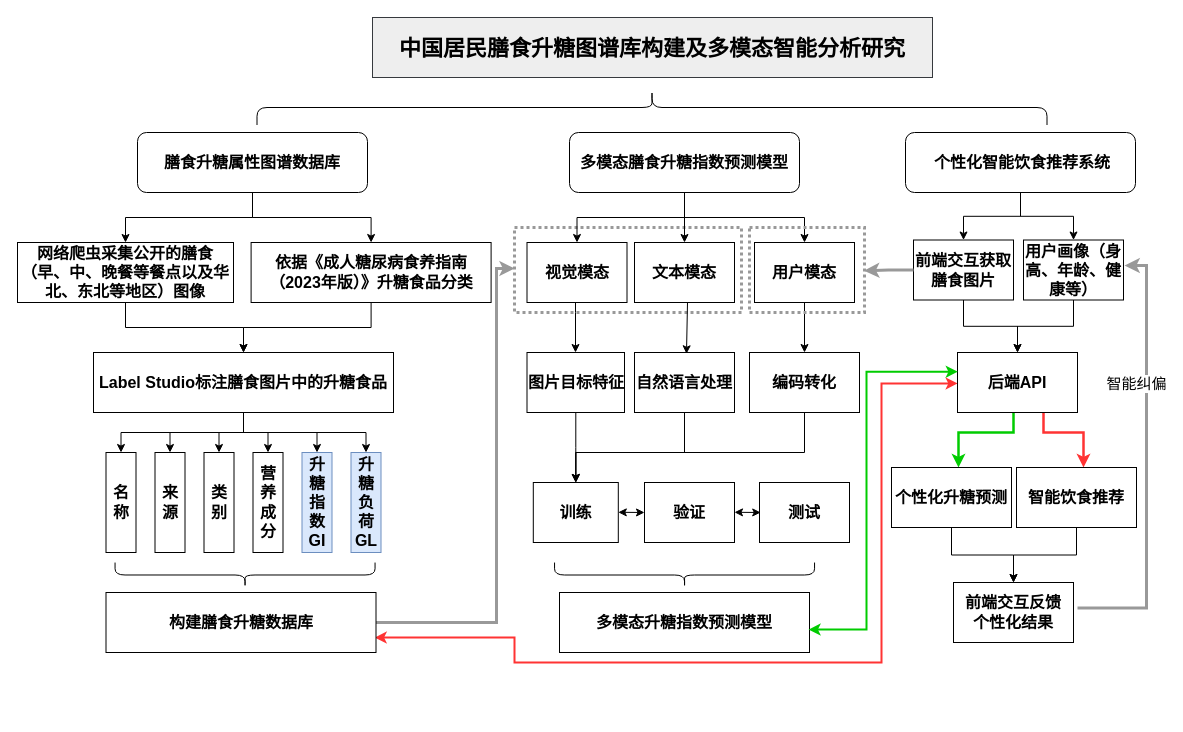
Before: 博创.drawio in zheng-oh/dragrams, a draw.io diagram. Source tidied: cells renumbered, new cells numbered last; positions are measured from the earlier drawing's top-left corner, leaving out a move shared by most shapes. Both pictures are drawn from the tidied source at 100%, with x=0, y=0 at pixel (17, -288).
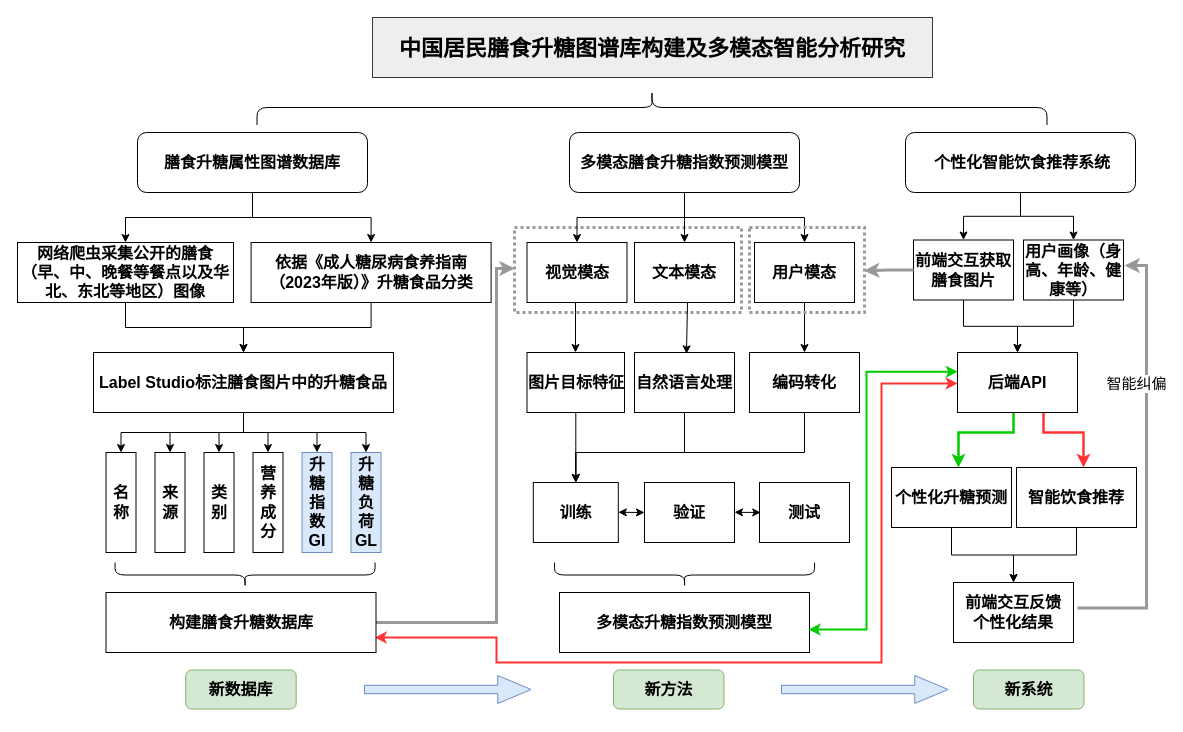
After the change.

The change refers to these unchanged cells:
```xml
<mxCell id="28" value="&lt;div style=&quot;text-align: start;&quot;&gt;&lt;font face=&quot;宋体&quot;&gt;&lt;span style=&quot;font-size: 16px;&quot;&gt;&lt;b&gt;构建膳食升糖数据库&lt;/b&gt;&lt;/span&gt;&lt;/font&gt;&lt;/div&gt;" style="rounded=0;whiteSpace=wrap;html=1;" parent="1" vertex="1">
  <mxGeometry x="88.5" y="880" width="270" height="60" as="geometry" />
</mxCell>
<mxCell id="61" value="&lt;p style=&quot;margin: 0pt 0pt 0.0001pt; vertical-align: baseline; font-size: 16px;&quot; class=&quot;MsoNormal&quot;&gt;&lt;font face=&quot;宋体&quot;&gt;&lt;b&gt;后端API&lt;/b&gt;&lt;/font&gt;&lt;/p&gt;" style="rounded=0;whiteSpace=wrap;html=1;align=center;" parent="1" vertex="1">
  <mxGeometry x="940" y="640" width="120" height="60" as="geometry" />
</mxCell>
```

What changed in the source:
```diff
@@
     <mxCell id="27" style="edgeStyle=orthogonalEdgeStyle;rounded=0;jettySize=auto;html=1;exitX=0.995;exitY=0.751;exitDx=0;exitDy=0;strokeColor=#FF3333;strokeWidth=2;entryX=0.002;entryY=0.516;entryDx=0;entryDy=0;entryPerimeter=0;startArrow=classic;startFill=1;exitPerimeter=0;" parent="1" edge="1" source="28" target="61">
       <mxGeometry relative="1" as="geometry">
         <Array as="points">
-          <mxPoint x="497" y="925" />
-          <mxPoint x="497" y="950" />
+          <mxPoint x="479" y="925" />
+          <mxPoint x="479" y="950" />
           <mxPoint x="864" y="950" />
           <mxPoint x="864" y="671" />
         </Array>
       </mxGeometry>
     </mxCell>
@@
+    <mxCell id="72" value="&lt;p style=&quot;font-size: medium; text-align: start; text-indent: 0pt; margin-left: 0pt;&quot; class=&quot;15&quot;&gt;&lt;b&gt;&lt;span style=&quot;font-family: 宋体; font-size: 12pt;&quot;&gt;新数据库&lt;/span&gt;&lt;/b&gt;&lt;b&gt;&lt;span style=&quot;font-family: 宋体; font-size: 12pt;&quot;&gt;&lt;/span&gt;&lt;/b&gt;&lt;/p&gt;" style="rounded=1;whiteSpace=wrap;html=1;fillColor=#d5e8d4;strokeColor=#82b366;" parent="1" vertex="1">
+      <mxGeometry x="168.2" y="957.5" width="110.5" height="39" as="geometry" />
+    </mxCell>
+    <mxCell id="73" value="&lt;p style=&quot;font-size: medium; text-align: start; text-indent: 0pt; margin-left: 0pt;&quot; class=&quot;15&quot;&gt;&lt;b&gt;&lt;span style=&quot;font-family: 宋体; font-size: 12pt;&quot;&gt;新方法&lt;/span&gt;&lt;/b&gt;&lt;b&gt;&lt;span style=&quot;font-family: 宋体; font-size: 12pt;&quot;&gt;&lt;/span&gt;&lt;/b&gt;&lt;/p&gt;" style="rounded=1;whiteSpace=wrap;html=1;fillColor=#d5e8d4;strokeColor=#82b366;" parent="1" vertex="1">
+      <mxGeometry x="596" y="957.5" width="110.5" height="39" as="geometry" />
+    </mxCell>
+    <mxCell id="74" value="&lt;p style=&quot;font-size: medium; text-align: start; text-indent: 0pt; margin-left: 0pt;&quot; class=&quot;15&quot;&gt;&lt;b&gt;&lt;span style=&quot;font-family: 宋体; font-size: 12pt;&quot;&gt;新系统&lt;/span&gt;&lt;/b&gt;&lt;b&gt;&lt;span style=&quot;font-family: 宋体; font-size: 12pt;&quot;&gt;&lt;/span&gt;&lt;/b&gt;&lt;/p&gt;" style="rounded=1;whiteSpace=wrap;html=1;fillColor=#d5e8d4;strokeColor=#82b366;" parent="1" vertex="1">
+      <mxGeometry x="956" y="957.5" width="110.5" height="39" as="geometry" />
+    </mxCell>
+    <mxCell id="75" style="shape=singleArrow;whiteSpace=wrap;html=1;fillColor=#dae8fc;strokeColor=#6c8ebf;" parent="1" vertex="1">
+      <mxGeometry x="347" y="963" width="166.6" height="28" as="geometry" />
+    </mxCell>
+    <mxCell id="76" style="shape=singleArrow;whiteSpace=wrap;html=1;fillColor=#dae8fc;strokeColor=#6c8ebf;" parent="1" vertex="1">
+      <mxGeometry x="764" y="963" width="166.6" height="28" as="geometry" />
+    </mxCell>
```
